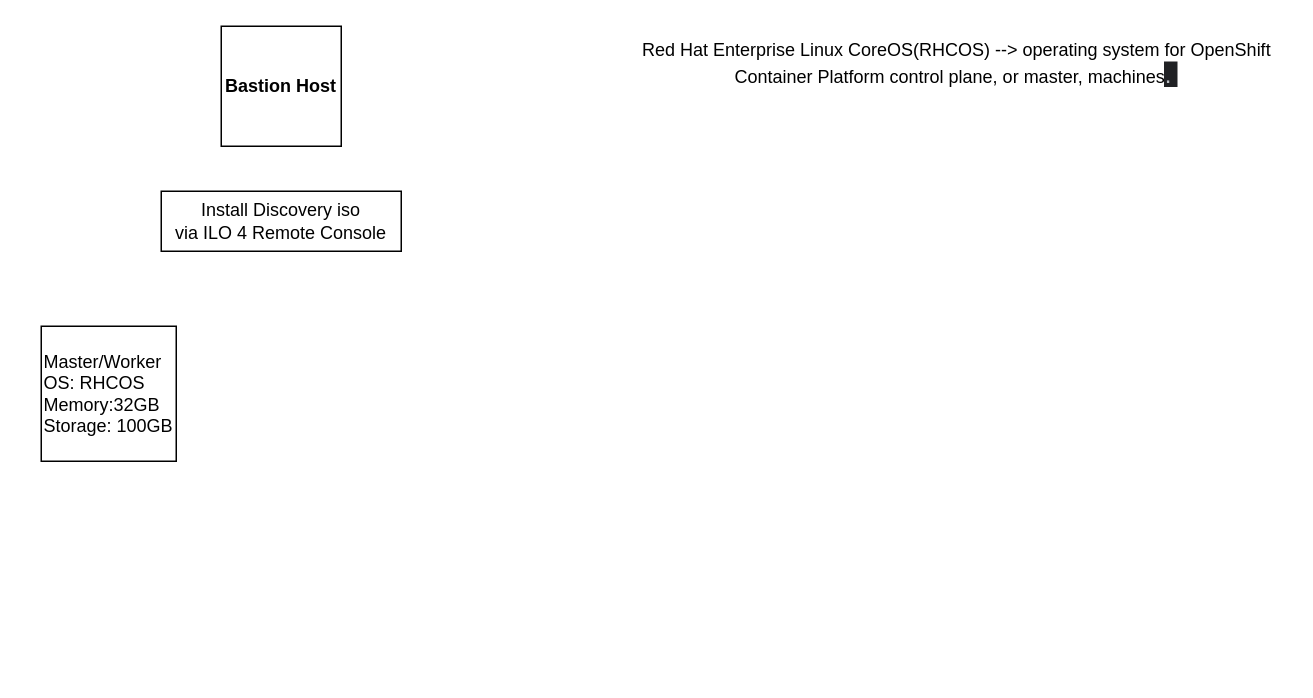
Earlier version of the draw.io diagram images/Untitled Diagram.drawio (welcomemncube/eightmandulo-site). Source tidied: cells renumbered, new cells numbered last; positions are measured from the earlier drawing's top-left corner, leaving out a move shared by most shapes. Both pictures are drawn from the tidied source at 150%, with x=0, y=0 at pixel (40, 26).
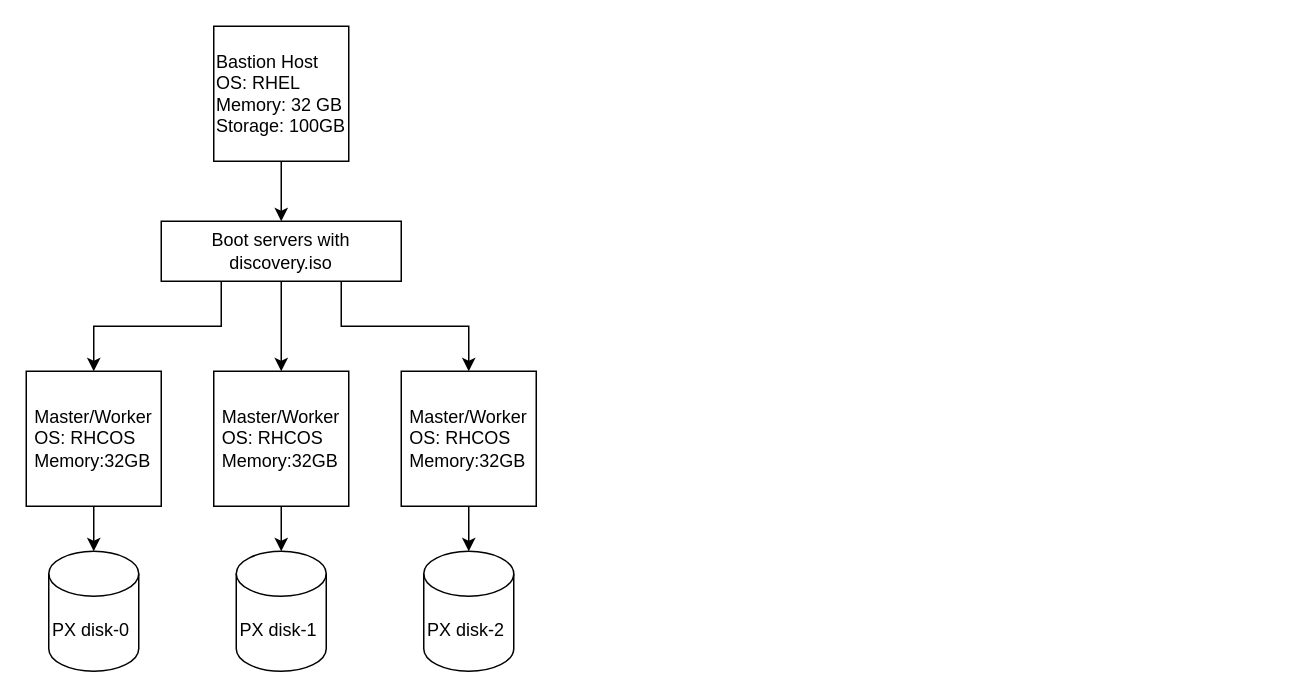
The same diagram, later.

What changed in the source:
```diff
@@
 <mxGraphModel>
   <root>
     <mxCell id="0" />
     <mxCell id="1" parent="0" />
+    <mxCell id="7" style="edgeStyle=orthogonalEdgeStyle;rounded=0;jettySize=auto;html=1;" parent="1" edge="1" source="2" target="5">
+      <mxGeometry relative="1" as="geometry" />
+    </mxCell>
-    <mxCell id="2" value="&lt;b&gt;Bastion Host&lt;/b&gt;" style="whiteSpace=wrap;html=1;" parent="1" vertex="1">
-      <mxGeometry x="120" width="80" height="80" as="geometry" />
+    <mxCell id="2" value="Bastion Host&lt;br&gt;OS: RHEL&lt;br&gt;Memory: 32 GB&lt;br&gt;Storage: 100GB" style="whiteSpace=wrap;html=1;align=left;" parent="1" vertex="1">
+      <mxGeometry x="115" width="90" height="90" as="geometry" />
     </mxCell>
     <mxCell id="3" style="edgeStyle=orthogonalEdgeStyle;rounded=0;orthogonalLoop=1;jettySize=auto;html=1;exitX=0.5;exitY=1;exitDx=0;exitDy=0;" parent="1" edge="1" source="2" target="2">
       <mxGeometry relative="1" as="geometry" />
     </mxCell>
+    <mxCell id="8" style="edgeStyle=orthogonalEdgeStyle;rounded=0;jettySize=auto;html=1;" parent="1" edge="1" source="4" target="16">
+      <mxGeometry relative="1" as="geometry" />
+    </mxCell>
-    <mxCell id="4" value="&lt;div style=&quot;text-align: left;&quot;&gt;&lt;span style=&quot;background-color: initial;&quot;&gt;Master/Worker&lt;/span&gt;&lt;/div&gt;&lt;div style=&quot;text-align: left;&quot;&gt;&lt;span style=&quot;background-color: initial;&quot;&gt;OS: RHCOS&lt;/span&gt;&lt;/div&gt;&lt;div style=&quot;text-align: left;&quot;&gt;&lt;span style=&quot;background-color: initial;&quot;&gt;Memory:32GB&lt;/span&gt;&lt;/div&gt;&lt;div style=&quot;text-align: left;&quot;&gt;&lt;span style=&quot;background-color: initial;&quot;&gt;Storage: 100GB&lt;/span&gt;&lt;/div&gt;" style="whiteSpace=wrap;html=1;" parent="1" vertex="1">
-      <mxGeometry y="200" width="90" height="90" as="geometry" />
+    <mxCell id="4" value="&lt;div style=&quot;text-align: left;&quot;&gt;&lt;span style=&quot;background-color: initial;&quot;&gt;Master/Worker&lt;/span&gt;&lt;/div&gt;&lt;div style=&quot;text-align: left;&quot;&gt;&lt;span style=&quot;background-color: initial;&quot;&gt;OS: RHCOS&lt;/span&gt;&lt;/div&gt;&lt;div style=&quot;text-align: left;&quot;&gt;&lt;span style=&quot;background-color: initial;&quot;&gt;Memory:32GB&lt;/span&gt;&lt;/div&gt;" style="whiteSpace=wrap;html=1;" parent="1" vertex="1">
+      <mxGeometry x="-10" y="230" width="90" height="90" as="geometry" />
     </mxCell>
+    <mxCell id="9" style="edgeStyle=orthogonalEdgeStyle;rounded=0;jettySize=auto;html=1;" parent="1" edge="1" source="5" target="13">
+      <mxGeometry relative="1" as="geometry" />
+    </mxCell>
+    <mxCell id="10" style="edgeStyle=orthogonalEdgeStyle;rounded=0;jettySize=auto;html=1;exitX=0.75;exitY=1;exitDx=0;exitDy=0;entryX=0.5;entryY=0;entryDx=0;entryDy=0;" parent="1" edge="1" source="5" target="15">
+      <mxGeometry relative="1" as="geometry" />
+    </mxCell>
+    <mxCell id="11" style="edgeStyle=orthogonalEdgeStyle;rounded=0;jettySize=auto;html=1;exitX=0.25;exitY=1;exitDx=0;exitDy=0;entryX=0.5;entryY=0;entryDx=0;entryDy=0;" parent="1" edge="1" source="5" target="4">
+      <mxGeometry relative="1" as="geometry" />
+    </mxCell>
-    <mxCell id="5" value="Install Discovery iso&lt;br&gt;via ILO 4 Remote Console" style="rounded=0;whiteSpace=wrap;html=1;" parent="1" vertex="1">
-      <mxGeometry x="80" y="110" width="160" height="40" as="geometry" />
+    <mxCell id="5" value="Boot servers with discovery.iso" style="rounded=0;whiteSpace=wrap;html=1;" parent="1" vertex="1">
+      <mxGeometry x="80" y="130" width="160" height="40" as="geometry" />
     </mxCell>
-    <mxCell id="6" value="Red Hat Enterprise Linux CoreOS(RHCOS) --&amp;gt;&amp;nbsp;operating system for OpenShift &lt;br&gt;Container Platform control plane, or master, machines&lt;span style=&quot;color: rgb(189, 193, 198); font-family: &amp;quot;Google Sans&amp;quot;, arial, sans-serif; font-size: 16px; text-align: start; background-color: rgb(32, 33, 36);&quot;&gt;.&amp;nbsp;&lt;/span&gt;" style="text;html=1;align=center;verticalAlign=middle;strokeColor=none;fillColor=none;" parent="1" vertex="1">
-      <mxGeometry x="390" width="440" height="50" as="geometry" />
-    </mxCell>
+    <mxCell id="12" style="edgeStyle=orthogonalEdgeStyle;rounded=0;jettySize=auto;html=1;" parent="1" edge="1" source="13" target="17">
+      <mxGeometry relative="1" as="geometry" />
+    </mxCell>
+    <mxCell id="13" value="&lt;div style=&quot;text-align: left;&quot;&gt;&lt;span style=&quot;background-color: initial;&quot;&gt;Master/Worker&lt;/span&gt;&lt;/div&gt;&lt;div style=&quot;text-align: left;&quot;&gt;&lt;span style=&quot;background-color: initial;&quot;&gt;OS: RHCOS&lt;/span&gt;&lt;/div&gt;&lt;div style=&quot;text-align: left;&quot;&gt;&lt;span style=&quot;background-color: initial;&quot;&gt;Memory:32GB&lt;/span&gt;&lt;/div&gt;" style="whiteSpace=wrap;html=1;" parent="1" vertex="1">
+      <mxGeometry x="115" y="230" width="90" height="90" as="geometry" />
+    </mxCell>
+    <mxCell id="14" style="edgeStyle=orthogonalEdgeStyle;rounded=0;jettySize=auto;html=1;" parent="1" edge="1" source="15" target="18">
+      <mxGeometry relative="1" as="geometry" />
+    </mxCell>
+    <mxCell id="15" value="&lt;div style=&quot;text-align: left;&quot;&gt;&lt;span style=&quot;background-color: initial;&quot;&gt;Master/Worker&lt;/span&gt;&lt;/div&gt;&lt;div style=&quot;text-align: left;&quot;&gt;&lt;span style=&quot;background-color: initial;&quot;&gt;OS: RHCOS&lt;/span&gt;&lt;/div&gt;&lt;div style=&quot;text-align: left;&quot;&gt;&lt;span style=&quot;background-color: initial;&quot;&gt;Memory:32GB&lt;/span&gt;&lt;/div&gt;" style="whiteSpace=wrap;html=1;" parent="1" vertex="1">
+      <mxGeometry x="240" y="230" width="90" height="90" as="geometry" />
+    </mxCell>
+    <mxCell id="16" value="PX disk-0&amp;nbsp;" style="shape=cylinder3;whiteSpace=wrap;html=1;boundedLbl=1;backgroundOutline=1;size=15;" parent="1" vertex="1">
+      <mxGeometry x="5" y="350" width="60" height="80" as="geometry" />
+    </mxCell>
+    <mxCell id="17" value="PX disk-1&amp;nbsp;" style="shape=cylinder3;whiteSpace=wrap;html=1;boundedLbl=1;backgroundOutline=1;size=15;" parent="1" vertex="1">
+      <mxGeometry x="130" y="350" width="60" height="80" as="geometry" />
+    </mxCell>
+    <mxCell id="18" value="PX disk-2&amp;nbsp;" style="shape=cylinder3;whiteSpace=wrap;html=1;boundedLbl=1;backgroundOutline=1;size=15;" parent="1" vertex="1">
+      <mxGeometry x="255" y="350" width="60" height="80" as="geometry" />
+    </mxCell>
   </root>
 </mxGraphModel>
```
